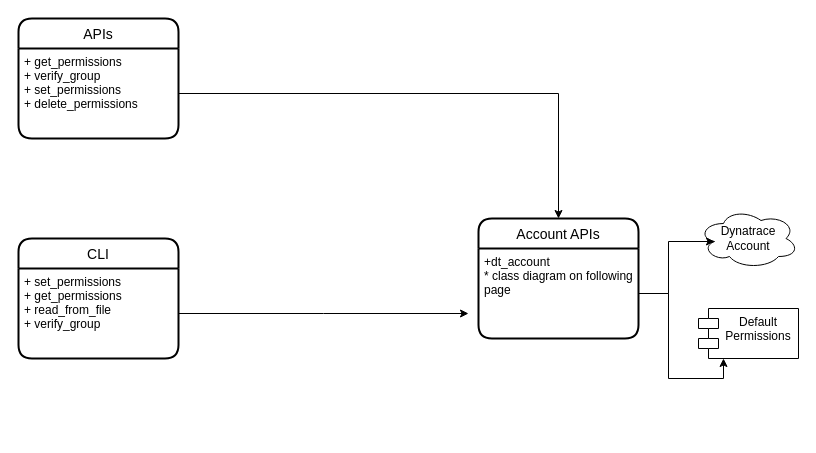
Before: page "Component" (2 of 4) of design/class_diagram.drawio in Droulard/dynatrace-account-permissioning, a draw.io diagram. Source tidied: cells renumbered, new cells numbered last; positions are measured from the earlier drawing's top-left corner, leaving out a move shared by most shapes. Both pictures are drawn from the tidied source at 100%, with x=0, y=0 at pixel (18, 18).
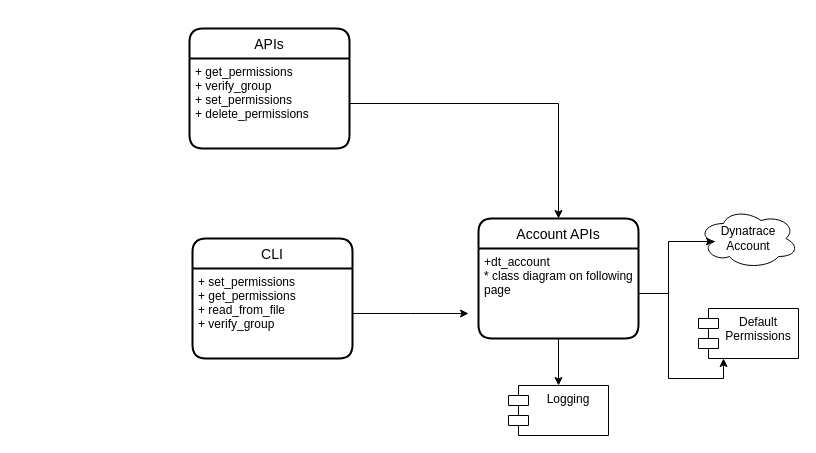
After the change.

Diff of the diagram source:
```diff
@@
 <mxGraphModel>
   <root>
     <mxCell id="0" />
     <mxCell id="1" parent="0" />
     <mxCell id="2" value="Dynatrace Account" style="ellipse;shape=cloud;whiteSpace=wrap;html=1;align=center;" parent="1" vertex="1">
       <mxGeometry x="680" y="190" width="100" height="60" as="geometry" />
     </mxCell>
     <mxCell id="3" value="APIs" style="swimlane;horizontal=1;startSize=30;rounded=1;fontSize=14;fontStyle=0;strokeWidth=2;shadow=0;dashed=0;align=center;" parent="1" vertex="1">
-      <mxGeometry width="160" height="120" as="geometry" />
+      <mxGeometry x="171" y="10" width="160" height="120" as="geometry" />
     </mxCell>
     <mxCell id="4" value="+ get_permissions&#10;+ verify_group&#10;+ set_permissions&#10;+ delete_permissions" style="align=left;strokeColor=none;fillColor=none;spacingLeft=4;fontSize=12;verticalAlign=top;" parent="3" vertex="1">
       <mxGeometry y="30" width="160" height="90" as="geometry" />
     </mxCell>
     <mxCell id="5" value="CLI" style="swimlane;horizontal=1;startSize=30;rounded=1;fontSize=14;fontStyle=0;strokeWidth=2;shadow=0;dashed=0;align=center;" parent="1" vertex="1">
-      <mxGeometry y="220" width="160" height="120" as="geometry" />
+      <mxGeometry x="174" y="220" width="160" height="120" as="geometry" />
     </mxCell>
     <mxCell id="6" value="+ set_permissions&#10;+ get_permissions&#10;+ read_from_file&#10;+ verify_group" style="align=left;strokeColor=none;fillColor=none;spacingLeft=4;fontSize=12;verticalAlign=top;" parent="5" vertex="1">
       <mxGeometry y="30" width="160" height="90" as="geometry" />
     </mxCell>
     <mxCell id="7" value="Account APIs" style="swimlane;horizontal=1;startSize=30;rounded=1;fontSize=14;fontStyle=0;strokeWidth=2;shadow=0;dashed=0;align=center;" parent="1" vertex="1">
       <mxGeometry x="460" y="200" width="160" height="120" as="geometry" />
     </mxCell>
     <mxCell id="8" value="+dt_account&#10;* class diagram on following &#10;page" style="align=left;strokeColor=none;fillColor=none;spacingLeft=4;fontSize=12;verticalAlign=top;" parent="7" vertex="1">
       <mxGeometry y="30" width="160" height="90" as="geometry" />
     </mxCell>
     <mxCell id="9" value="Default &#10;Permissions" style="shape=module;align=left;spacingLeft=20;align=center;verticalAlign=top;" parent="1" vertex="1">
       <mxGeometry x="680" y="290" width="100" height="50" as="geometry" />
     </mxCell>
     <mxCell id="10" style="edgeStyle=orthogonalEdgeStyle;rounded=0;jettySize=auto;html=1;entryX=0.16;entryY=0.55;entryDx=0;entryDy=0;entryPerimeter=0;" parent="1" edge="1" source="8" target="2">
       <mxGeometry relative="1" as="geometry" />
     </mxCell>
     <mxCell id="11" style="edgeStyle=orthogonalEdgeStyle;rounded=0;jettySize=auto;html=1;entryX=0.25;entryY=1;entryDx=0;entryDy=0;" parent="1" edge="1" source="8" target="9">
       <mxGeometry relative="1" as="geometry" />
     </mxCell>
     <mxCell id="12" style="edgeStyle=orthogonalEdgeStyle;rounded=0;jettySize=auto;html=1;entryX=0.5;entryY=0;entryDx=0;entryDy=0;" parent="1" edge="1" source="4" target="7">
       <mxGeometry relative="1" as="geometry" />
     </mxCell>
     <mxCell id="13" style="edgeStyle=orthogonalEdgeStyle;rounded=0;jettySize=auto;html=1;" parent="1" edge="1" source="6">
       <mxGeometry relative="1" as="geometry">
         <mxPoint x="450" y="295" as="targetPoint" />
       </mxGeometry>
     </mxCell>
+    <mxCell id="14" value="Logging" style="shape=module;align=left;spacingLeft=20;align=center;verticalAlign=top;" parent="1" vertex="1">
+      <mxGeometry x="490" y="367" width="100" height="50" as="geometry" />
+    </mxCell>
+    <mxCell id="15" style="edgeStyle=orthogonalEdgeStyle;rounded=0;jettySize=auto;html=1;entryX=0.5;entryY=0;entryDx=0;entryDy=0;" parent="1" edge="1" source="8" target="14">
+      <mxGeometry relative="1" as="geometry" />
+    </mxCell>
   </root>
 </mxGraphModel>
```
